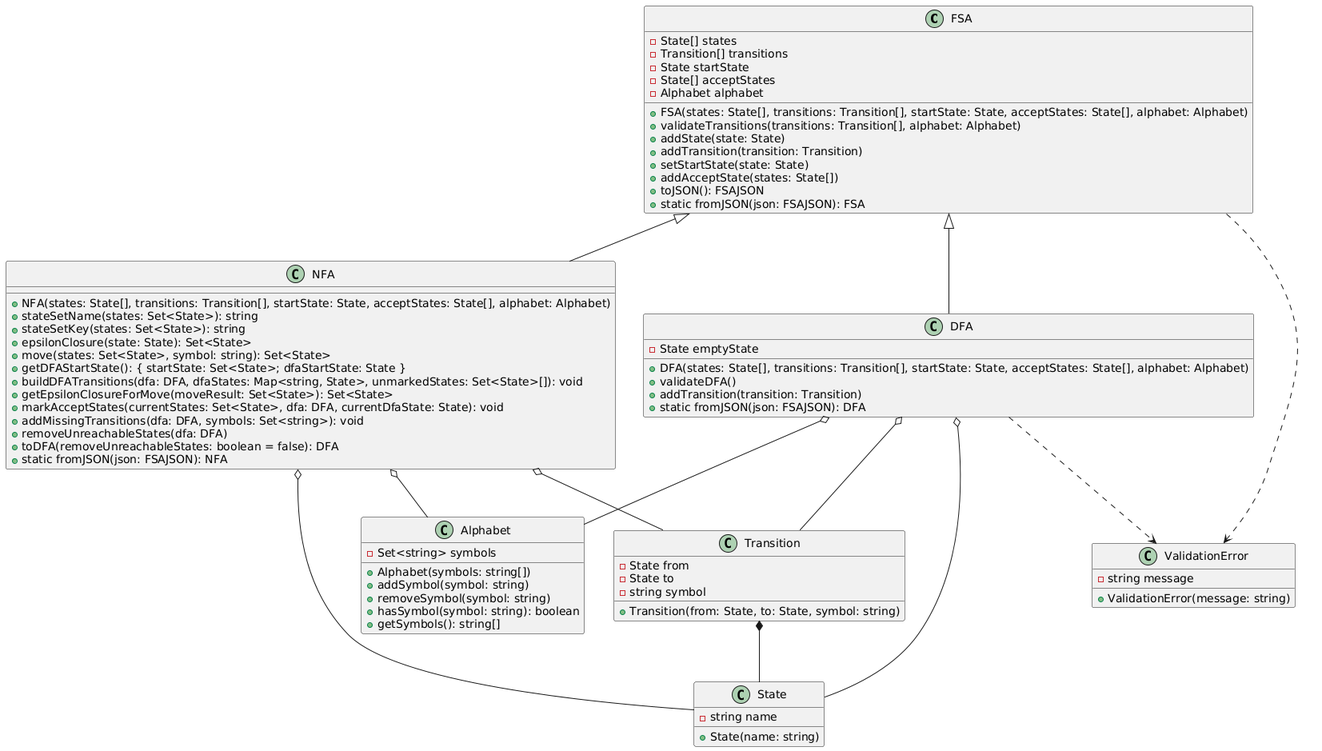
Before: docs/architecture.png, a diagram exported from PlantUML (yalperg/otomat).
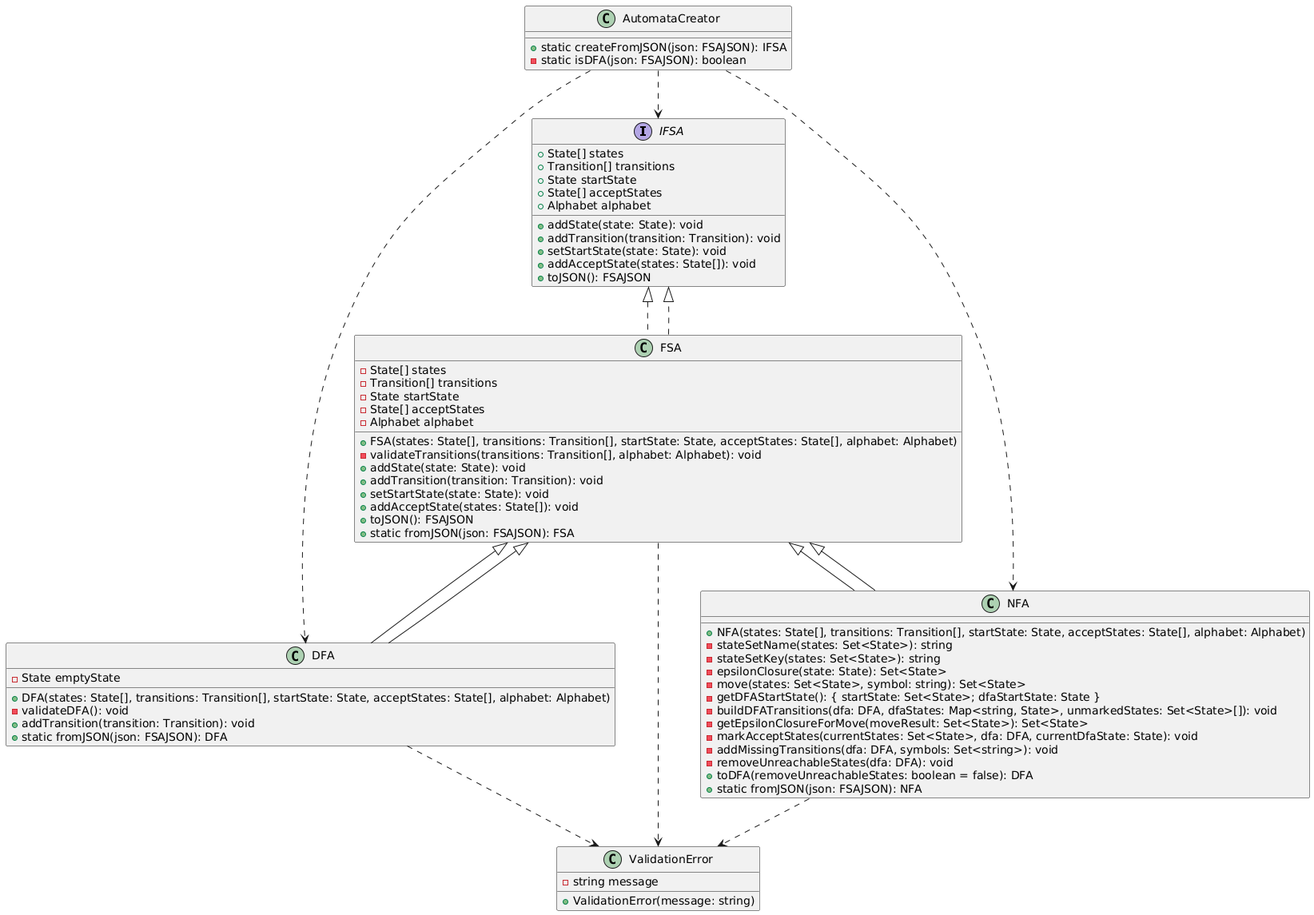
After the commit.

The edit, as a diff of the source:
```diff
@@ -1,63 +1,60 @@
 @startuml
-class FSA {
+interface IFSA {
+  + State[] states
+  + Transition[] transitions
+  + State startState
+  + State[] acceptStates
+  + Alphabet alphabet
+  + addState(state: State): void
+  + addTransition(transition: Transition): void
+  + setStartState(state: State): void
+  + addAcceptState(states: State[]): void
+  + toJSON(): FSAJSON
+}
+
+class FSA implements IFSA {
   - State[] states
   - Transition[] transitions
   - State startState
   - State[] acceptStates
   - Alphabet alphabet
   + FSA(states: State[], transitions: Transition[], startState: State, acceptStates: State[], alphabet: Alphabet)
-  + validateTransitions(transitions: Transition[], alphabet: Alphabet)
-  + addState(state: State)
-  + addTransition(transition: Transition)
-  + setStartState(state: State)
-  + addAcceptState(states: State[])
+  - validateTransitions(transitions: Transition[], alphabet: Alphabet): void
+  + addState(state: State): void
+  + addTransition(transition: Transition): void
+  + setStartState(state: State): void
+  + addAcceptState(states: State[]): void
   + toJSON(): FSAJSON
   + static fromJSON(json: FSAJSON): FSA
 }
 
-class DFA {
+class DFA extends FSA {
   - State emptyState
   + DFA(states: State[], transitions: Transition[], startState: State, acceptStates: State[], alphabet: Alphabet)
-  + validateDFA()
-  + addTransition(transition: Transition)
+  - validateDFA(): void
+  + addTransition(transition: Transition): void
   + static fromJSON(json: FSAJSON): DFA
 }
 
-class NFA {
+class NFA extends FSA {
   + NFA(states: State[], transitions: Transition[], startState: State, acceptStates: State[], alphabet: Alphabet)
-  + stateSetName(states: Set<State>): string
-  + stateSetKey(states: Set<State>): string
-  + epsilonClosure(state: State): Set<State>
-  + move(states: Set<State>, symbol: string): Set<State>
-  + getDFAStartState(): { startState: Set<State>; dfaStartState: State }
-  + buildDFATransitions(dfa: DFA, dfaStates: Map<string, State>, unmarkedStates: Set<State>[]): void
-  + getEpsilonClosureForMove(moveResult: Set<State>): Set<State>
-  + markAcceptStates(currentStates: Set<State>, dfa: DFA, currentDfaState: State): void
-  + addMissingTransitions(dfa: DFA, symbols: Set<string>): void
-  + removeUnreachableStates(dfa: DFA)
+  - stateSetName(states: Set<State>): string
+  - stateSetKey(states: Set<State>): string
+  - epsilonClosure(state: State): Set<State>
+  - move(states: Set<State>, symbol: string): Set<State>
+  - getDFAStartState(): { startState: Set<State>; dfaStartState: State }
+  - buildDFATransitions(dfa: DFA, dfaStates: Map<string, State>, unmarkedStates: Set<State>[]): void
+  - getEpsilonClosureForMove(moveResult: Set<State>): Set<State>
+  - markAcceptStates(currentStates: Set<State>, dfa: DFA, currentDfaState: State): void
+  - addMissingTransitions(dfa: DFA, symbols: Set<string>): void
+  - removeUnreachableStates(dfa: DFA): void
   + toDFA(removeUnreachableStates: boolean = false): DFA
   + static fromJSON(json: FSAJSON): NFA
 }
 
-class State {
-  - string name
-  + State(name: string)
-}
-
-class Transition {
-  - State from
-  - State to
-  - string symbol
-  + Transition(from: State, to: State, symbol: string)
-}
-
-class Alphabet {
-  - Set<string> symbols
-  + Alphabet(symbols: string[])
-  + addSymbol(symbol: string)
-  + removeSymbol(symbol: string)
-  + hasSymbol(symbol: string): boolean
-  + getSymbols(): string[]
+class AutomataCreator {
+  + static createFromJSON(json: FSAJSON): IFSA
+  - static isDFA(json: FSAJSON): boolean
 }
 
 class ValidationError {
@@ -65,15 +62,14 @@
   + ValidationError(message: string)
 }
 
+
 FSA <|-- DFA
 FSA <|-- NFA
-DFA o-- State
-DFA o-- Transition
-DFA o-- Alphabet
-NFA o-- State
-NFA o-- Transition
-NFA o-- Alphabet
-Transition *-- State
+FSA ..|> IFSA
 FSA ..> ValidationError
 DFA ..> ValidationError
+NFA ..> ValidationError
+AutomataCreator ..> IFSA
+AutomataCreator ..> DFA
+AutomataCreator ..> NFA
 @enduml
```
